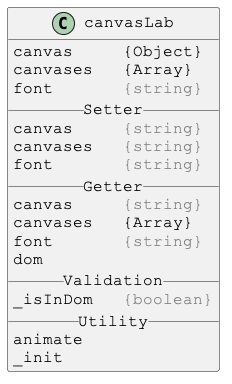
Earlier version of the PlantUML export docs/PlantUml/images/canvasLab.png (Justin-Byrne/canvasLab).
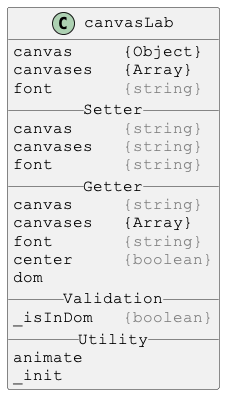
Later version of the same file.

Diff of the diagram source:
```diff
@@ -15,6 +15,7 @@
 canvas     <color:gray>{string}</color>
 canvases   {Array}
 font       <color:gray>{string}</color>
+center     <color:gray>{boolean}</color>
 dom
 __ Validation __
 _isInDom   <color:gray>{boolean}</color>
```
